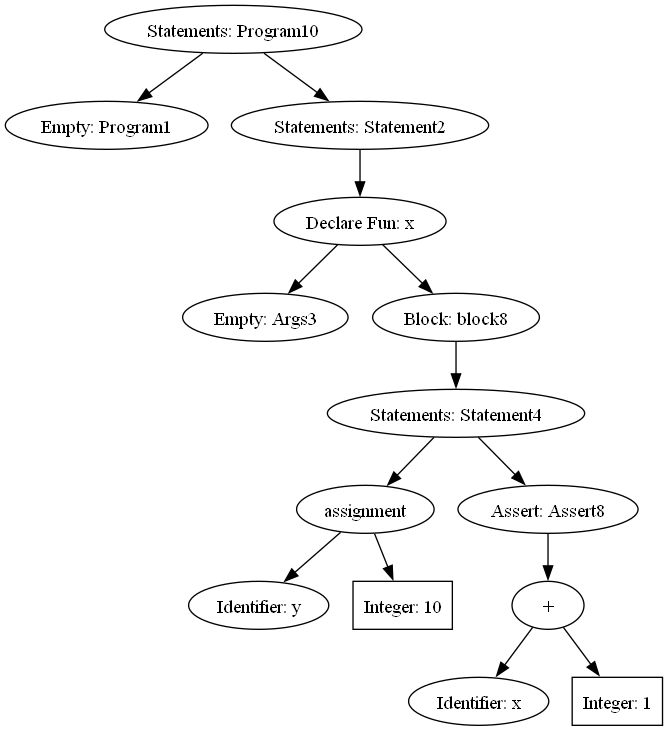
Before: test.png, a diagram exported from Graphviz (ironicDude/compiler). Its source is kept beside it as test.gv.
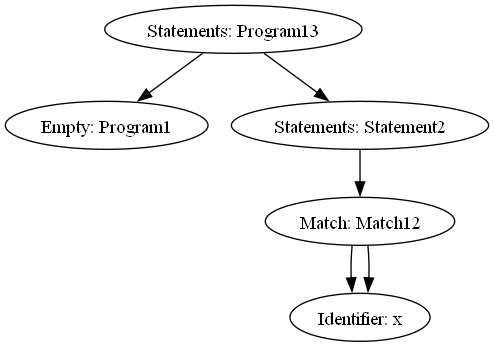
The same diagram one commit later.

Commit message:
started with and try statements

Diff of the diagram source:
```diff
@@ -1,29 +1,13 @@
 digraph G {
-	Program10 [label="Statements: Program10"]
-	Program10 -> Program1;
+	Program13 [label="Statements: Program13"]
+	Program13 -> Program1;
 	Program1 [label="Empty: Program1"]
-	Program10 -> Statement2;
+	Program13 -> Statement2;
 	Statement2 [label="Statements: Statement2"]
-	Statement2 -> x;
-	x [label="Declare Fun: x"]
-	x -> Args3;
-	Args3 [label="Empty: Args3"]
-	x -> block8;
-	block8 [label="Block: block8"]
-	block8 -> Statement4;
-	Statement4 [label="Statements: Statement4"]
-	Statement4 -> assignment6;
-	assignment6 [label="assignment"]
-	assignment6 -> identifire5;
-	identifire5 [label="Identifier: y"]
-	assignment6 -> INTEGER2;
-	INTEGER2 [shape=box,label="Integer: 10"]
-	Statement4 -> Assert8;
-	Assert8 [label="Assert: Assert8"]
-	Assert8 -> BinaryExpression_identifire7PLUSINTEGER4;
-	BinaryExpression_identifire7PLUSINTEGER4 [label="+"]
-	BinaryExpression_identifire7PLUSINTEGER4 -> identifire7;
-	identifire7 [label="Identifier: x"]
-	BinaryExpression_identifire7PLUSINTEGER4 -> INTEGER4;
-	INTEGER4 [shape=box,label="Integer: 1"]
+	Statement2 -> Match12;
+	Match12 [label="Match: Match12"]
+	Match12 -> IDENTIFIER0;
+	IDENTIFIER0 [label="Identifier: x"]
+	Match12 -> IDENTIFIER0;
+	IDENTIFIER0 [label="Identifier: x"]
 }
```
